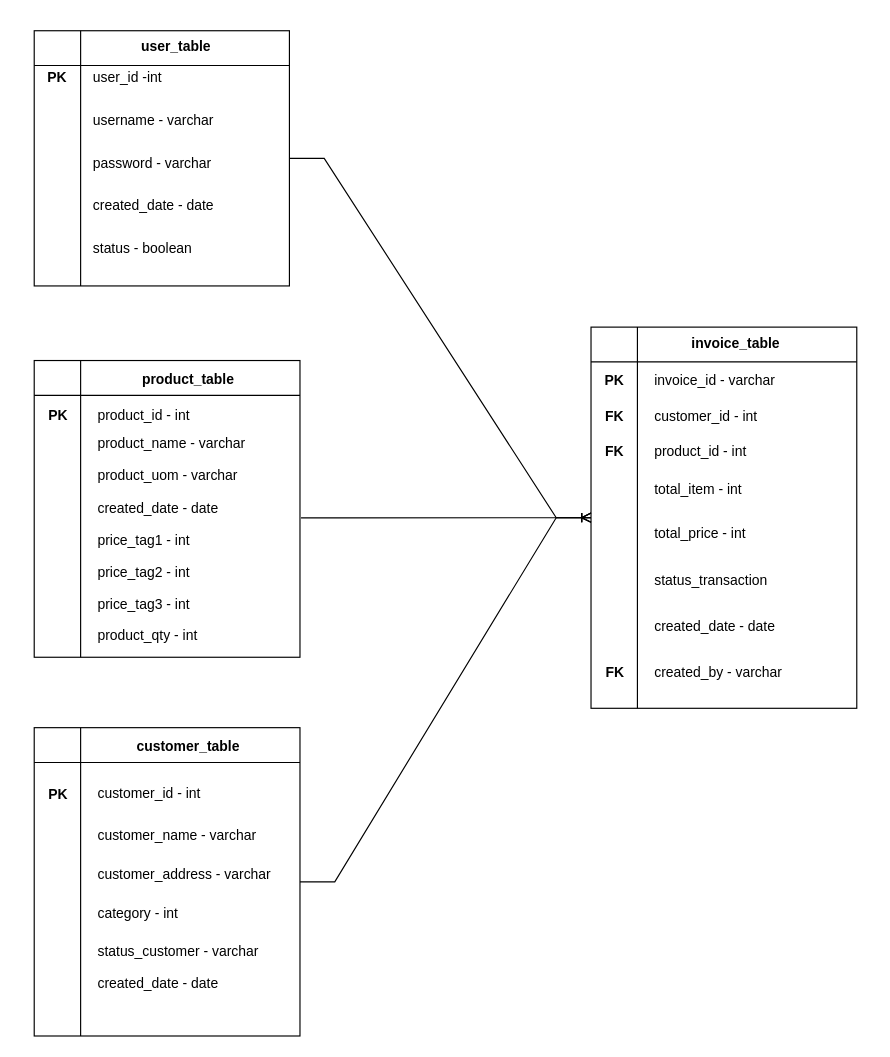
Earlier version of the draw.io diagram Cahaya Gading Diagram.drawio (riolentius/CahayaGading). Source tidied: cells renumbered, new cells numbered last; positions are measured from the earlier drawing's top-left corner, leaving out a move shared by most shapes. Both pictures are drawn from the tidied source at 116%, with x=0, y=0 at pixel (20, 30).
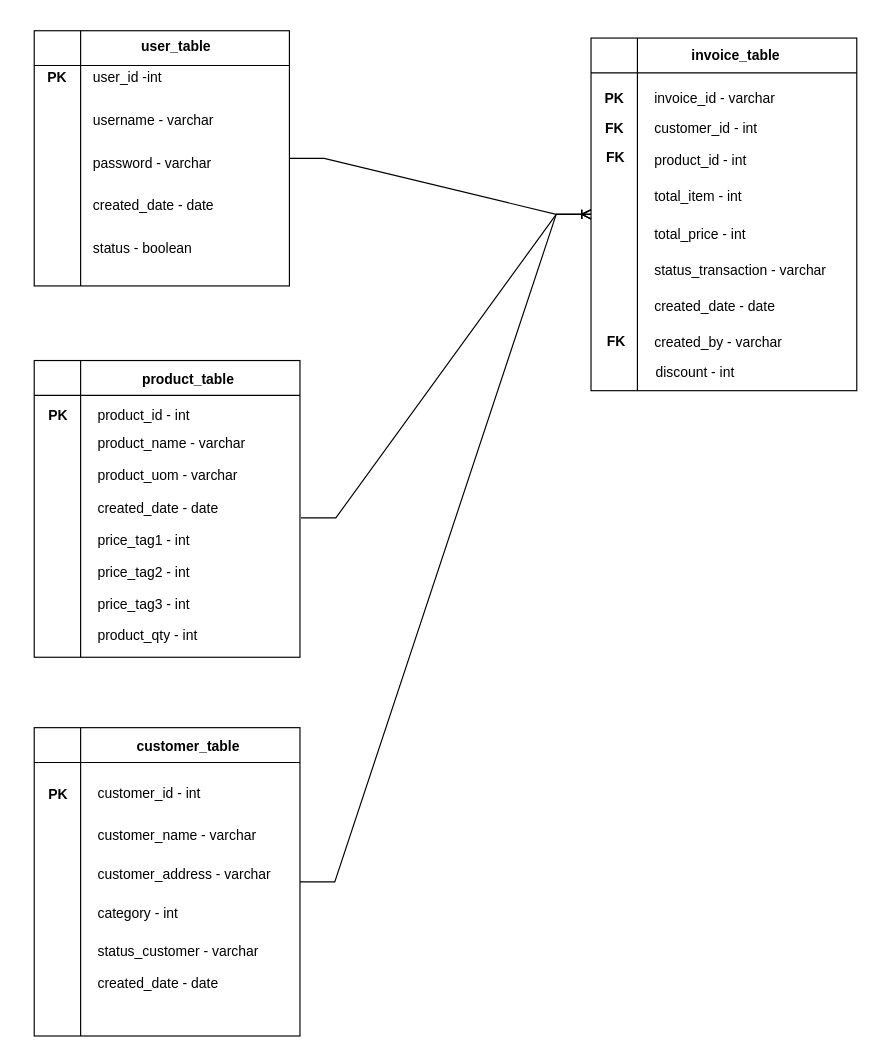
Above is the later version.

Change to the diagram source:
```diff
@@
     <mxCell id="38" style="group;" parent="1" vertex="1">
-      <mxGeometry x="492" y="250" width="240" height="346.8" as="geometry" />
+      <mxGeometry x="492" width="240" height="390" as="geometry" />
     </mxCell>
     <mxCell id="39" style="group;" parent="38" vertex="1">
-      <mxGeometry y="-8.7" width="229.1" height="355.4" as="geometry" />
+      <mxGeometry y="-9.7" width="229.1" height="399.7" as="geometry" />
     </mxCell>
     <mxCell id="40" style="shape=internalStorage;whiteSpace=wrap;html=1;backgroundOutline=1;dx=40;dy=30;" parent="39" vertex="1">
-      <mxGeometry y="14.2" width="229.1" height="328.6" as="geometry" />
+      <mxGeometry y="16" width="229.1" height="304" as="geometry" />
     </mxCell>
     <mxCell id="41" value="invoice_id - varchar" style="text;html=1;strokeColor=none;fillColor=none;align=left;verticalAlign=middle;whiteSpace=wrap;rounded=0;" parent="39" vertex="1">
-      <mxGeometry x="53.3" y="48.6" width="160" height="24.7" as="geometry" />
+      <mxGeometry x="53.3" y="54.6" width="160" height="27.8" as="geometry" />
     </mxCell>
     <mxCell id="42" value="customer_id - int" style="text;html=1;strokeColor=none;fillColor=none;align=left;verticalAlign=middle;whiteSpace=wrap;rounded=0;" parent="39" vertex="1">
-      <mxGeometry x="53.3" y="81.5" width="160" height="21.3" as="geometry" />
+      <mxGeometry x="53.3" y="82.4" width="160" height="23.9" as="geometry" />
     </mxCell>
     <mxCell id="43" value="product_id - int" style="text;html=1;strokeColor=none;fillColor=none;align=left;verticalAlign=middle;whiteSpace=wrap;rounded=0;" parent="39" vertex="1">
-      <mxGeometry x="53.3" y="108.3" width="160" height="27.5" as="geometry" />
+      <mxGeometry x="53.3" y="106.4" width="160" height="31" as="geometry" />
     </mxCell>
     <mxCell id="44" value="&lt;div&gt;PK&lt;/div&gt;" style="text;html=1;strokeColor=none;fillColor=none;align=center;verticalAlign=middle;whiteSpace=wrap;rounded=0;fontStyle=1;" parent="39" vertex="1">
-      <mxGeometry x="-6.1" y="49" width="53.3" height="24.3" as="geometry" />
+      <mxGeometry x="-6.1" y="55.1" width="53.3" height="27.3" as="geometry" />
     </mxCell>
     <mxCell id="45" value="total_item - int" style="text;html=1;strokeColor=none;fillColor=none;align=left;verticalAlign=middle;whiteSpace=wrap;rounded=0;" parent="39" vertex="1">
-      <mxGeometry x="53.3" y="141.3" width="160" height="27.5" as="geometry" />
+      <mxGeometry x="53.3" y="137.4" width="160" height="31" as="geometry" />
     </mxCell>
     <mxCell id="46" value="total_price - int" style="text;html=1;strokeColor=none;fillColor=none;align=left;verticalAlign=middle;whiteSpace=wrap;rounded=0;" parent="39" vertex="1">
-      <mxGeometry x="53.3" y="178.7" width="160" height="27.5" as="geometry" />
+      <mxGeometry x="53.3" y="169.7" width="160" height="31" as="geometry" />
     </mxCell>
-    <mxCell id="47" value="&lt;div&gt;status_transaction&lt;/div&gt;" style="text;html=1;strokeColor=none;fillColor=none;align=left;verticalAlign=middle;whiteSpace=wrap;rounded=0;" parent="39" vertex="1">
-      <mxGeometry x="53.3" y="218.7" width="160" height="27.5" as="geometry" />
+    <mxCell id="47" value="&lt;div&gt;status_transaction - varchar&lt;br&gt;&lt;/div&gt;" style="text;html=1;strokeColor=none;fillColor=none;align=left;verticalAlign=middle;whiteSpace=wrap;rounded=0;" parent="39" vertex="1">
+      <mxGeometry x="53.3" y="200.7" width="160" height="31" as="geometry" />
     </mxCell>
     <mxCell id="48" value="&lt;div&gt;FK&lt;/div&gt;" style="text;html=1;strokeColor=none;fillColor=none;align=center;verticalAlign=middle;whiteSpace=wrap;rounded=0;fontStyle=1;" parent="39" vertex="1">
-      <mxGeometry x="-6.1" y="81.5" width="53.3" height="21.3" as="geometry" />
+      <mxGeometry x="-6.1" y="82.4" width="53.3" height="24" as="geometry" />
     </mxCell>
     <mxCell id="49" value="FK" style="text;html=1;strokeColor=none;fillColor=none;align=center;verticalAlign=middle;whiteSpace=wrap;rounded=0;fontStyle=1;" parent="39" vertex="1">
-      <mxGeometry x="-1.1" y="110.6" width="43.3" height="23" as="geometry" />
+      <mxGeometry y="106.4" width="43.3" height="25.8" as="geometry" />
     </mxCell>
     <mxCell id="50" value="created_date - date" style="text;html=1;strokeColor=none;fillColor=none;align=left;verticalAlign=middle;whiteSpace=wrap;rounded=0;" parent="39" vertex="1">
-      <mxGeometry x="53.3" y="258.7" width="160" height="27.5" as="geometry" />
+      <mxGeometry x="53.3" y="231.7" width="160" height="31" as="geometry" />
     </mxCell>
     <mxCell id="51" value="created_by - varchar" style="text;html=1;strokeColor=none;fillColor=none;align=left;verticalAlign=middle;whiteSpace=wrap;rounded=0;" parent="39" vertex="1">
-      <mxGeometry x="53.3" y="298.7" width="160" height="27.5" as="geometry" />
+      <mxGeometry x="53.3" y="262.7" width="160" height="31" as="geometry" />
     </mxCell>
     <mxCell id="52" value="FK" style="text;html=1;strokeColor=none;fillColor=none;align=center;verticalAlign=middle;whiteSpace=wrap;rounded=0;fontStyle=1;" parent="39" vertex="1">
-      <mxGeometry x="-12.1" y="293.2" width="65.5" height="38.5" as="geometry" />
+      <mxGeometry x="-11.1" y="256.5" width="65.5" height="43.3" as="geometry" />
     </mxCell>
     <mxCell id="53" value="invoice_table" style="text;html=1;strokeColor=none;fillColor=none;align=center;verticalAlign=middle;whiteSpace=wrap;rounded=0;fontStyle=1;" parent="39" vertex="1">
-      <mxGeometry x="80" y="18.7" width="89.5" height="19.8" as="geometry" />
+      <mxGeometry x="80" y="21" width="89.5" height="22.2" as="geometry" />
     </mxCell>
+    <mxCell id="56" value="discount - int" style="text;html=1;strokeColor=none;fillColor=none;align=left;verticalAlign=middle;whiteSpace=wrap;rounded=0;" parent="39" vertex="1">
+      <mxGeometry x="54.4" y="289" width="160" height="31" as="geometry" />
+    </mxCell>
```
